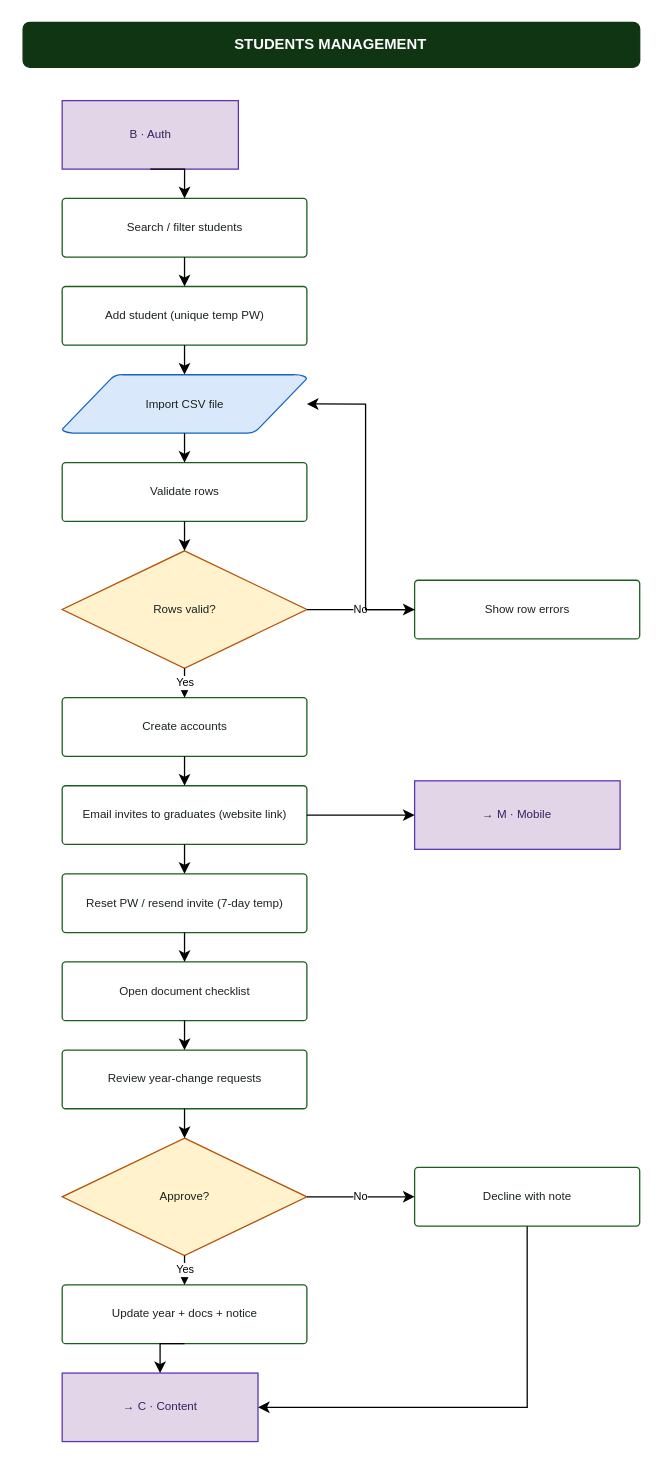
Before: page "Admin — Students" (3 of 8) of docs/reunio-admin-flow.drawio in dibidjims17/Alumni-System, a draw.io diagram. Source tidied: cells renumbered, new cells numbered last; positions are measured from the earlier drawing's top-left corner, leaving out a move shared by most shapes. Both pictures are drawn from the tidied source at 129%, with x=0, y=0 at pixel (22, 22).
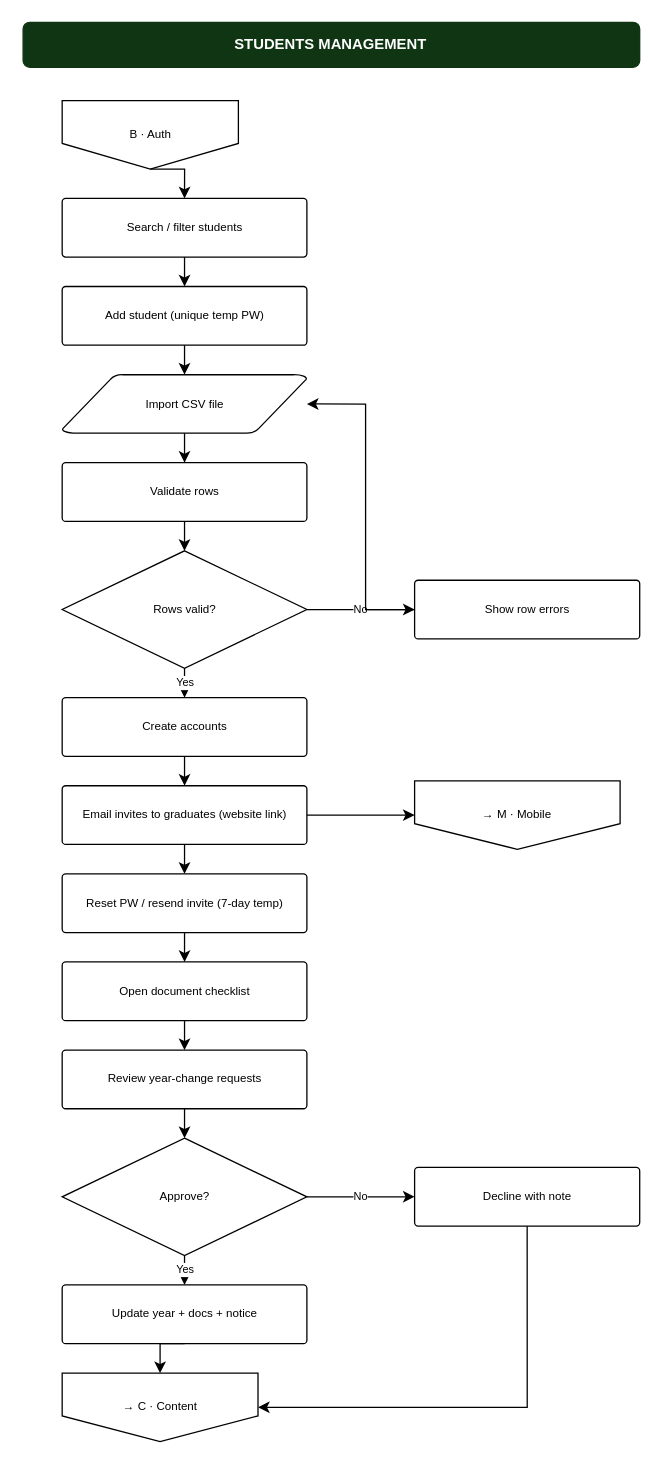
After the change.

Change to the diagram source:
```diff
@@
-    <mxCell id="3" value="B · Auth" style="shape=rectangle;rounded=0;whiteSpace=wrap;html=1;fillColor=#e1d5e7;strokeColor=#5e35b1;fontSize=9;fontColor=#3b1f5e;" parent="1" vertex="1">
+    <mxCell id="3" value="B · Auth" style="shape=offPageConnector;whiteSpace=wrap;html=1;fontSize=9;" parent="1" vertex="1">
       <mxGeometry x="30.7" y="60.5" width="136.6" height="53.1" as="geometry" />
     </mxCell>
-    <mxCell id="4" value="Search / filter students" style="shape=mxgraph.flowchart.process;whiteSpace=wrap;html=1;fillColor=#ffffff;strokeColor=#1B5E20;fontSize=9;fontColor=#1B231D;" parent="1" vertex="1">
+    <mxCell id="4" value="Search / filter students" style="shape=mxgraph.flowchart.process;whiteSpace=wrap;html=1;fontSize=9;" parent="1" vertex="1">
       <mxGeometry x="30.7" y="136.3" width="189.7" height="45.5" as="geometry" />
     </mxCell>
-    <mxCell id="5" value="Add student (unique temp PW)" style="shape=mxgraph.flowchart.process;whiteSpace=wrap;html=1;fillColor=#ffffff;strokeColor=#1B5E20;fontSize=9;fontColor=#1B231D;" parent="1" vertex="1">
+    <mxCell id="5" value="Add student (unique temp PW)" style="shape=mxgraph.flowchart.process;whiteSpace=wrap;html=1;fontSize=9;" parent="1" vertex="1">
       <mxGeometry x="30.7" y="204.6" width="189.7" height="45.5" as="geometry" />
     </mxCell>
-    <mxCell id="6" value="Import CSV file" style="shape=mxgraph.flowchart.data;whiteSpace=wrap;html=1;fillColor=#dae8fc;strokeColor=#1565C0;fontSize=9;fontColor=#1B231D;" parent="1" vertex="1">
+    <mxCell id="6" value="Import CSV file" style="shape=mxgraph.flowchart.data;whiteSpace=wrap;html=1;fontSize=9;" parent="1" vertex="1">
       <mxGeometry x="30.7" y="272.9" width="189.7" height="45.5" as="geometry" />
     </mxCell>
-    <mxCell id="7" value="Validate rows" style="shape=mxgraph.flowchart.process;whiteSpace=wrap;html=1;fillColor=#ffffff;strokeColor=#1B5E20;fontSize=9;fontColor=#1B231D;" parent="1" vertex="1">
+    <mxCell id="7" value="Validate rows" style="shape=mxgraph.flowchart.process;whiteSpace=wrap;html=1;fontSize=9;" parent="1" vertex="1">
       <mxGeometry x="30.7" y="341.2" width="189.7" height="45.5" as="geometry" />
     </mxCell>
-    <mxCell id="8" value="Rows valid?" style="shape=mxgraph.flowchart.decision;whiteSpace=wrap;html=1;fillColor=#fff2cc;strokeColor=#B45309;fontSize=9;fontColor=#1B231D;" parent="1" vertex="1">
+    <mxCell id="8" value="Rows valid?" style="shape=mxgraph.flowchart.decision;whiteSpace=wrap;html=1;fontSize=9;" parent="1" vertex="1">
       <mxGeometry x="30.7" y="409.5" width="189.7" height="91" as="geometry" />
     </mxCell>
-    <mxCell id="9" value="Show row errors" style="shape=mxgraph.flowchart.process;whiteSpace=wrap;html=1;fillColor=#ffffff;strokeColor=#1B5E20;fontSize=9;fontColor=#1B231D;" parent="1" vertex="1">
+    <mxCell id="9" value="Show row errors" style="shape=mxgraph.flowchart.process;whiteSpace=wrap;html=1;fontSize=9;" parent="1" vertex="1">
       <mxGeometry x="303.9" y="432.3" width="174.5" height="45.5" as="geometry" />
     </mxCell>
-    <mxCell id="10" value="Create accounts" style="shape=mxgraph.flowchart.process;whiteSpace=wrap;html=1;fillColor=#ffffff;strokeColor=#1B5E20;fontSize=9;fontColor=#1B231D;" parent="1" vertex="1">
+    <mxCell id="10" value="Create accounts" style="shape=mxgraph.flowchart.process;whiteSpace=wrap;html=1;fontSize=9;" parent="1" vertex="1">
       <mxGeometry x="30.7" y="523.3" width="189.7" height="45.5" as="geometry" />
     </mxCell>
-    <mxCell id="11" value="Email invites to graduates (website link)" style="shape=mxgraph.flowchart.process;whiteSpace=wrap;html=1;fillColor=#ffffff;strokeColor=#1B5E20;fontSize=9;fontColor=#1B231D;" parent="1" vertex="1">
+    <mxCell id="11" value="Email invites to graduates (website link)" style="shape=mxgraph.flowchart.process;whiteSpace=wrap;html=1;fontSize=9;" parent="1" vertex="1">
       <mxGeometry x="30.7" y="591.6" width="189.7" height="45.5" as="geometry" />
     </mxCell>
-    <mxCell id="12" value="→ M · Mobile" style="shape=rectangle;rounded=0;whiteSpace=wrap;html=1;fillColor=#e1d5e7;strokeColor=#5e35b1;fontSize=9;fontColor=#3b1f5e;" parent="1" vertex="1">
+    <mxCell id="12" value="→ M · Mobile" style="shape=offPageConnector;whiteSpace=wrap;html=1;fontSize=9;" parent="1" vertex="1">
       <mxGeometry x="303.9" y="587.8" width="159.3" height="53.1" as="geometry" />
     </mxCell>
-    <mxCell id="13" value="Reset PW / resend invite (7-day temp)" style="shape=mxgraph.flowchart.process;whiteSpace=wrap;html=1;fillColor=#ffffff;strokeColor=#1B5E20;fontSize=9;fontColor=#1B231D;" parent="1" vertex="1">
+    <mxCell id="13" value="Reset PW / resend invite (7-day temp)" style="shape=mxgraph.flowchart.process;whiteSpace=wrap;html=1;fontSize=9;" parent="1" vertex="1">
       <mxGeometry x="30.7" y="659.9" width="189.7" height="45.5" as="geometry" />
     </mxCell>
-    <mxCell id="14" value="Open document checklist" style="shape=mxgraph.flowchart.process;whiteSpace=wrap;html=1;fillColor=#ffffff;strokeColor=#1B5E20;fontSize=9;fontColor=#1B231D;" parent="1" vertex="1">
+    <mxCell id="14" value="Open document checklist" style="shape=mxgraph.flowchart.process;whiteSpace=wrap;html=1;fontSize=9;" parent="1" vertex="1">
       <mxGeometry x="30.7" y="728.2" width="189.7" height="45.5" as="geometry" />
     </mxCell>
-    <mxCell id="15" value="Review year-change requests" style="shape=mxgraph.flowchart.process;whiteSpace=wrap;html=1;fillColor=#ffffff;strokeColor=#1B5E20;fontSize=9;fontColor=#1B231D;" parent="1" vertex="1">
+    <mxCell id="15" value="Review year-change requests" style="shape=mxgraph.flowchart.process;whiteSpace=wrap;html=1;fontSize=9;" parent="1" vertex="1">
       <mxGeometry x="30.7" y="796.5" width="189.7" height="45.5" as="geometry" />
     </mxCell>
-    <mxCell id="16" value="Approve?" style="shape=mxgraph.flowchart.decision;whiteSpace=wrap;html=1;fillColor=#fff2cc;strokeColor=#B45309;fontSize=9;fontColor=#1B231D;" parent="1" vertex="1">
+    <mxCell id="16" value="Approve?" style="shape=mxgraph.flowchart.decision;whiteSpace=wrap;html=1;fontSize=9;" parent="1" vertex="1">
       <mxGeometry x="30.7" y="864.8" width="189.7" height="91" as="geometry" />
     </mxCell>
-    <mxCell id="17" value="Update year + docs + notice" style="shape=mxgraph.flowchart.process;whiteSpace=wrap;html=1;fillColor=#ffffff;strokeColor=#1B5E20;fontSize=9;fontColor=#1B231D;" parent="1" vertex="1">
+    <mxCell id="17" value="Update year + docs + notice" style="shape=mxgraph.flowchart.process;whiteSpace=wrap;html=1;fontSize=9;" parent="1" vertex="1">
       <mxGeometry x="30.7" y="978.6" width="189.7" height="45.5" as="geometry" />
     </mxCell>
-    <mxCell id="18" value="Decline with note" style="shape=mxgraph.flowchart.process;whiteSpace=wrap;html=1;fillColor=#ffffff;strokeColor=#1B5E20;fontSize=9;fontColor=#1B231D;" parent="1" vertex="1">
+    <mxCell id="18" value="Decline with note" style="shape=mxgraph.flowchart.process;whiteSpace=wrap;html=1;fontSize=9;" parent="1" vertex="1">
       <mxGeometry x="303.9" y="887.5" width="174.5" height="45.5" as="geometry" />
     </mxCell>
-    <mxCell id="19" value="→ C · Content" style="shape=rectangle;rounded=0;whiteSpace=wrap;html=1;fillColor=#e1d5e7;strokeColor=#5e35b1;fontSize=9;fontColor=#3b1f5e;" parent="1" vertex="1">
+    <mxCell id="19" value="→ C · Content" style="shape=offPageConnector;whiteSpace=wrap;html=1;fontSize=9;" parent="1" vertex="1">
       <mxGeometry x="30.7" y="1046.9" width="151.8" height="53.1" as="geometry" />
     </mxCell>
```
